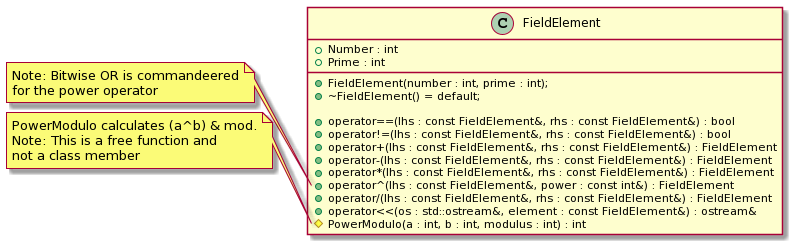
Earlier version of the PlantUML export bitcoin/docs/FieldElement.png (joshualaney23/bitcoin).
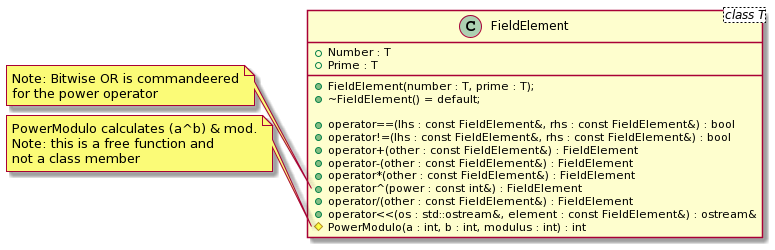
Above is the later version.

What changed in the source:
```diff
@@ -1,20 +1,20 @@
 @startuml
-class FieldElement
+class FieldElement<class T>
 {
-    + FieldElement(number : int, prime : int);
+    + FieldElement(number : T, prime : T);
     + ~FieldElement() = default;
 
     + operator==(lhs : const FieldElement&, rhs : const FieldElement&) : bool
     + operator!=(lhs : const FieldElement&, rhs : const FieldElement&) : bool
-    + operator+(lhs : const FieldElement&, rhs : const FieldElement&) : FieldElement
-    + operator-(lhs : const FieldElement&, rhs : const FieldElement&) : FieldElement
-    + operator*(lhs : const FieldElement&, rhs : const FieldElement&) : FieldElement
-    + operator^(lhs : const FieldElement&, power : const int&) : FieldElement
-    + operator/(lhs : const FieldElement&, rhs : const FieldElement&) : FieldElement
+    + operator+(other : const FieldElement&) : FieldElement
+    + operator-(other : const FieldElement&) : FieldElement
+    + operator*(other : const FieldElement&) : FieldElement
+    + operator^(power : const int&) : FieldElement
+    + operator/(other : const FieldElement&) : FieldElement
     + operator<<(os : std::ostream&, element : const FieldElement&) : ostream&
 
-    + Number : int
-    + Prime : int
+    + Number : T
+    + Prime : T
 
     # PowerModulo(a : int, b : int, modulus : int) : int
 }
@@ -24,7 +24,7 @@
 end note
 note left of FieldElement::PowerModulo
     PowerModulo calculates (a^b) & mod.
-    Note: This is a free function and
+    Note: this is a free function and
     not a class member
 end note
 @enduml
```
